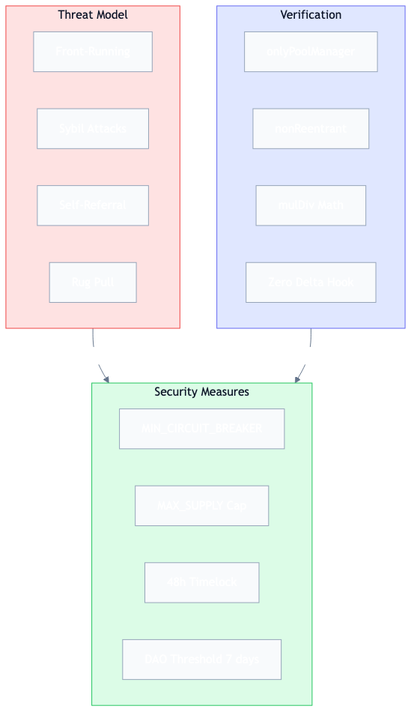
Before: docs/diagrams/security.png, a diagram exported from Mermaid (guglxni/the-fixer-hook). Its source is kept beside it as docs/diagrams/security.mmd. The source it was exported from:
```mermaid
%%{init: {'theme': 'base', 'themeVariables': { 'primaryColor': '#1e40af', 'primaryTextColor': '#ffffff', 'primaryBorderColor': '#1e40af', 'lineColor': '#64748b', 'secondaryColor': '#e2e8f0', 'tertiaryColor': '#cbd5e1', 'background': '#ffffff', 'mainBkg': '#f8fafc', 'nodeBorder': '#94a3b8', 'clusterBkg': '#f1f5f9', 'clusterBorder': '#cbd5e1', 'titleColor': '#0f172a', 'edgeLabelBackground': '#ffffff'}}}%%
flowchart TB
    subgraph THREATS["Threat Model"]
        T1["Front-Running"]
        T2["Sybil Attacks"]
        T3["Self-Referral"]
        T4["Rug Pull"]
    end

    subgraph MITIGATIONS["Security Measures"]
        M1["MIN_CIRCUIT_BREAKER"]
        M2["MAX_SUPPLY Cap"]
        M3["48h Timelock"]
        M4["DAO Threshold 7 days"]
    end

    subgraph VERIFICATIONS["Verification"]
        V1["onlyPoolManager"]
        V2["nonReentrant"]
        V3["mulDiv Math"]
        V4["Zero Delta Hook"]
    end

    THREATS -->|Prevents| MITIGATIONS
    VERIFICATIONS -->|Ensures| MITIGATIONS

    style THREATS fill:#fee2e2,stroke:#ef4444
    style MITIGATIONS fill:#dcfce7,stroke:#22c55e
    style VERIFICATIONS fill:#e0e7ff,stroke:#6366f1
```
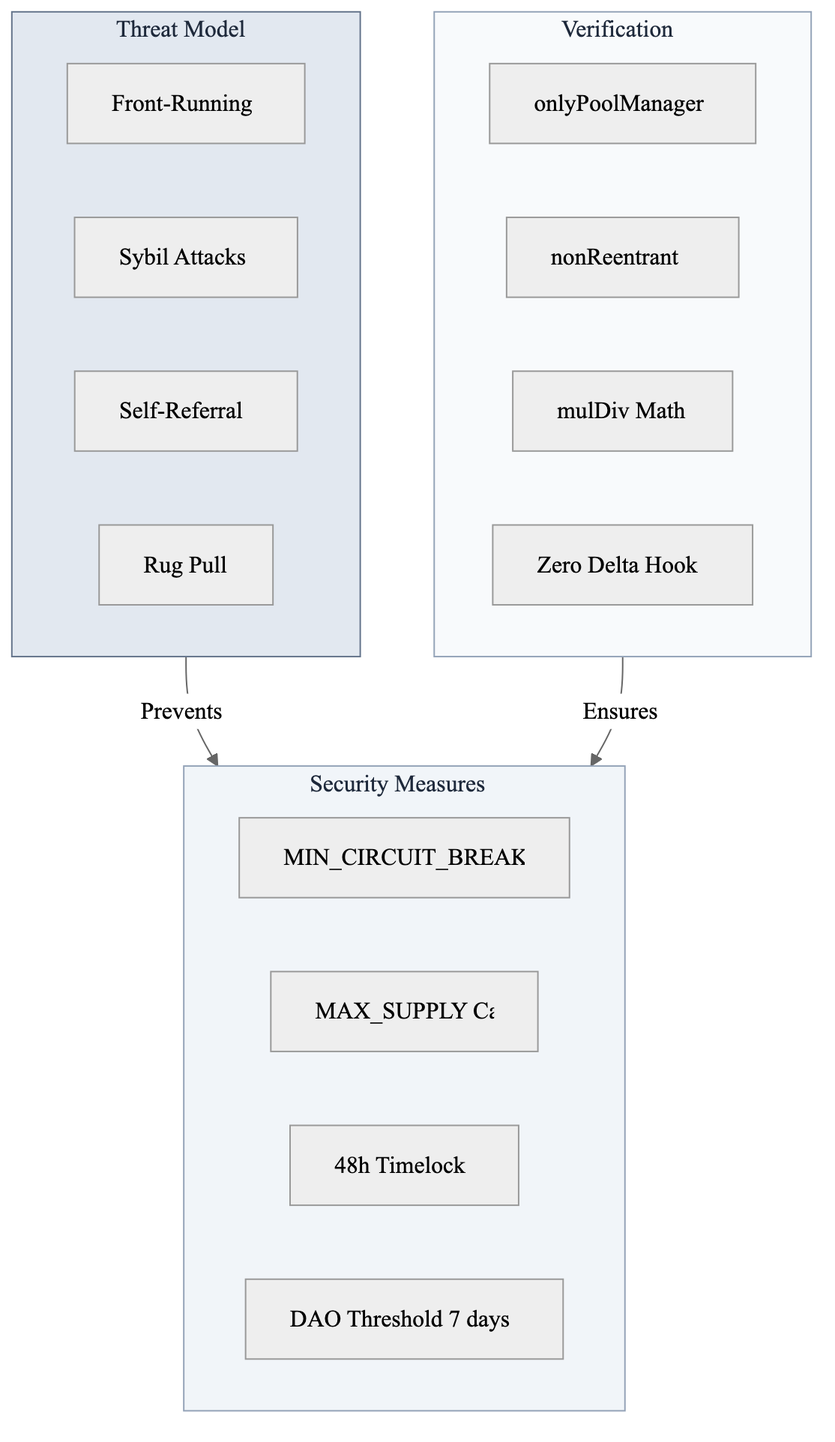
Later version of the same file.

The edit, as a diff of the source:
```diff
@@ -1,4 +1,4 @@
-%%{init: {'theme': 'base', 'themeVariables': { 'primaryColor': '#1e40af', 'primaryTextColor': '#ffffff', 'primaryBorderColor': '#1e40af', 'lineColor': '#64748b', 'secondaryColor': '#e2e8f0', 'tertiaryColor': '#cbd5e1', 'background': '#ffffff', 'mainBkg': '#f8fafc', 'nodeBorder': '#94a3b8', 'clusterBkg': '#f1f5f9', 'clusterBorder': '#cbd5e1', 'titleColor': '#0f172a', 'edgeLabelBackground': '#ffffff'}}}%%
+%%{init: {'theme': 'neutral', 'themeVariables': {'fontFamily': 'Inter, system-ui, sans-serif'}}}%%
 flowchart TB
     subgraph THREATS["Threat Model"]
         T1["Front-Running"]
@@ -24,6 +24,6 @@
     THREATS -->|Prevents| MITIGATIONS
     VERIFICATIONS -->|Ensures| MITIGATIONS
 
-    style THREATS fill:#fee2e2,stroke:#ef4444
-    style MITIGATIONS fill:#dcfce7,stroke:#22c55e
-    style VERIFICATIONS fill:#e0e7ff,stroke:#6366f1
+    style THREATS fill:#e2e8f0,stroke:#64748b,color:#1e293b
+    style MITIGATIONS fill:#f1f5f9,stroke:#94a3b8,color:#1e293b
+    style VERIFICATIONS fill:#f8fafc,stroke:#94a3b8,color:#1e293b
```
